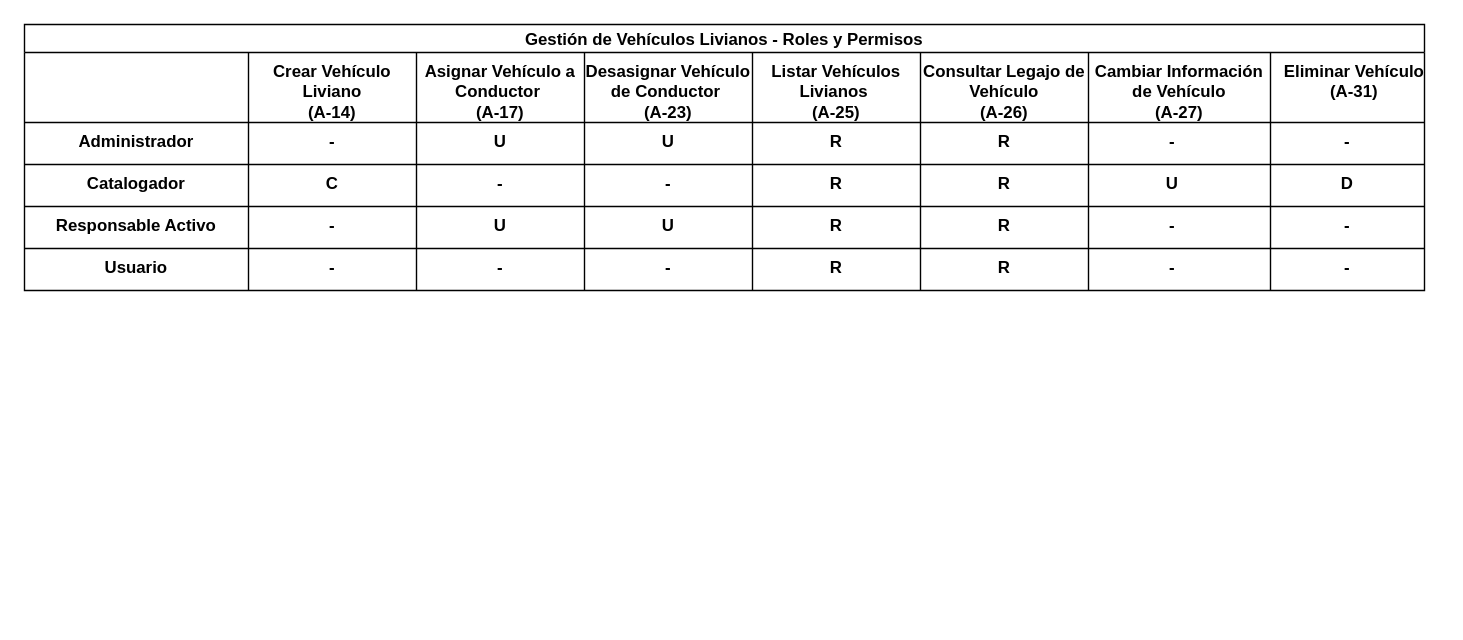
Before: page "Gestión de Vehículos Livianos" (2 of 4) of _docs/matriz_roles_permisos.drawio in proyecto-oilstone/assets, a draw.io diagram. Source tidied: cells renumbered, new cells numbered last; positions are measured from the earlier drawing's top-left corner, leaving out a move shared by most shapes. Both pictures are drawn from the tidied source at 140%, with x=0, y=0 at pixel (24, 24).
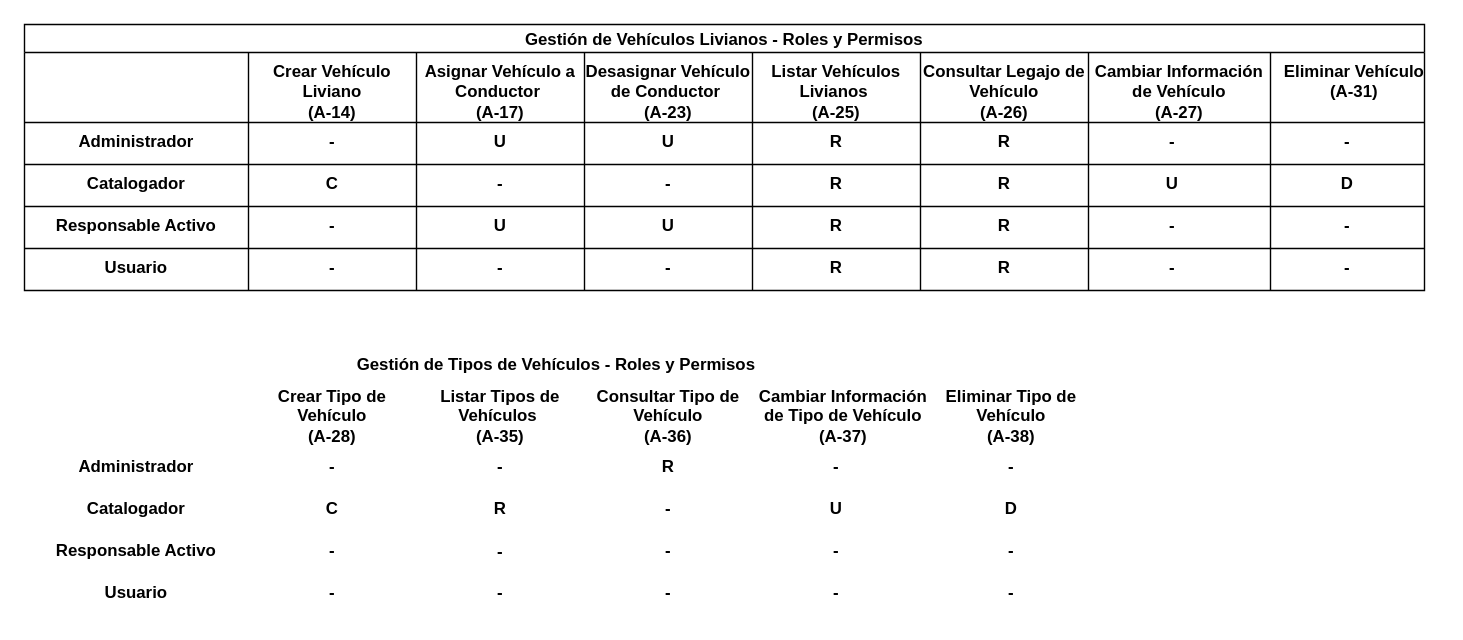
After the change.

Commit message:
se actualizó Gestión de Proveedores y Tipos de Vehículos

What changed in the source:
```diff
@@
+    <mxCell id="82" value="Gestión de Tipos de Vehículos - Roles y Permisos" style="shape=table;childLayout=tableLayout;startSize=20;fontStyle=1;strokeColor=none;" parent="1" vertex="1">
+      <mxGeometry y="232" width="760" height="190" as="geometry" />
+    </mxCell>
+    <mxCell id="83" style="shape=tableRow;horizontal=1;startSize=0;swimlaneHead=0;swimlaneBody=0;top=0;left=0;bottom=0;right=0;fillColor=none;fontStyle=1;whiteSpace=wrap;" parent="82" vertex="1">
+      <mxGeometry y="20" width="760" height="50" as="geometry" />
+    </mxCell>
+    <mxCell id="84" style="swimlane;swimlaneHead=0;swimlaneBody=0;fontStyle=0;fillColor=none;startSize=0;fontStyle=1;" parent="83" vertex="1">
+      <mxGeometry width="160" height="50" as="geometry" />
+    </mxCell>
+    <mxCell id="85" value="Crear Tipo de Vehículo&#10;(A-28)" style="swimlane;swimlaneHead=0;swimlaneBody=0;fontStyle=0;fillColor=none;startSize=0;fontStyle=1;whiteSpace=wrap;verticalAlign=top;" parent="83" vertex="1">
+      <mxGeometry x="160" width="120" height="50" as="geometry" />
+    </mxCell>
+    <mxCell id="86" style="swimlane;swimlaneHead=0;swimlaneBody=0;fontStyle=0;fillColor=none;startSize=0;fontStyle=1;" parent="83" vertex="1">
+      <mxGeometry x="280" width="120" height="50" as="geometry" />
+    </mxCell>
+    <mxCell id="87" style="swimlane;swimlaneHead=0;swimlaneBody=0;fontStyle=0;fillColor=none;startSize=0;fontStyle=1;" parent="83" vertex="1">
+      <mxGeometry x="400" width="120" height="50" as="geometry" />
+    </mxCell>
+    <mxCell id="88" value="Consultar Tipo de Vehículo&#10;(A-36)" style="swimlane;swimlaneHead=0;swimlaneBody=0;fontStyle=0;fillColor=none;startSize=0;fontStyle=1;verticalAlign=top;whiteSpace=wrap;" parent="87" vertex="1">
+      <mxGeometry width="120" height="50" as="geometry" />
+    </mxCell>
+    <mxCell id="89" style="swimlane;swimlaneHead=0;swimlaneBody=0;fontStyle=0;fillColor=none;startSize=0;fontStyle=1;" parent="83" vertex="1">
+      <mxGeometry x="520" width="130" height="50" as="geometry" />
+    </mxCell>
+    <mxCell id="90" style="swimlane;swimlaneHead=0;swimlaneBody=0;fontStyle=0;fillColor=none;startSize=0;fontStyle=1;" parent="83" vertex="1">
+      <mxGeometry x="650" width="110" height="50" as="geometry" />
+    </mxCell>
+    <mxCell id="91" style="shape=tableRow;horizontal=1;startSize=0;swimlaneHead=0;swimlaneBody=0;top=0;left=0;bottom=0;right=0;fillColor=none;fontStyle=1;whiteSpace=wrap;" parent="82" vertex="1">
+      <mxGeometry y="70" width="760" height="30" as="geometry" />
+    </mxCell>
+    <mxCell id="92" value="Administrador" style="swimlane;swimlaneHead=0;swimlaneBody=0;fontStyle=0;fillColor=none;startSize=0;fontStyle=1;verticalAlign=top;whiteSpace=wrap;html=1;" parent="91" vertex="1">
+      <mxGeometry width="160" height="30" as="geometry" />
+    </mxCell>
+    <mxCell id="93" style="swimlane;swimlaneHead=0;swimlaneBody=0;fontStyle=0;fillColor=none;startSize=0;fontStyle=1;verticalAlign=top;" parent="91" vertex="1">
+      <mxGeometry x="160" width="120" height="30" as="geometry" />
+    </mxCell>
+    <mxCell id="94" style="swimlane;swimlaneHead=0;swimlaneBody=0;fontStyle=0;fillColor=none;startSize=0;fontStyle=1;" parent="91" vertex="1">
+      <mxGeometry x="280" width="120" height="30" as="geometry" />
+    </mxCell>
+    <mxCell id="95" value="Listar Tipos de Vehículos &#10;(A-35)" style="swimlane;swimlaneHead=0;swimlaneBody=0;fontStyle=0;fillColor=none;startSize=0;fontStyle=1;verticalAlign=top;whiteSpace=wrap;" parent="94" vertex="1">
+      <mxGeometry y="-50" width="120" height="50" as="geometry" />
+    </mxCell>
+    <mxCell id="96" value="-" style="swimlane;swimlaneHead=0;swimlaneBody=0;fontStyle=0;fillColor=none;startSize=0;fontStyle=1;verticalAlign=top;strokeColor=none;" parent="94" vertex="1">
+      <mxGeometry width="120" height="30" as="geometry" />
+    </mxCell>
+    <mxCell id="97" style="swimlane;swimlaneHead=0;swimlaneBody=0;fontStyle=0;fillColor=none;startSize=0;fontStyle=1;strokeColor=none;" parent="91" vertex="1">
+      <mxGeometry x="400" width="120" height="30" as="geometry" />
+    </mxCell>
+    <mxCell id="98" style="swimlane;swimlaneHead=0;swimlaneBody=0;fontStyle=0;fillColor=none;startSize=0;fontStyle=1;verticalAlign=top;whiteSpace=wrap;" parent="97" vertex="1">
+      <mxGeometry y="-50" width="120" height="50" as="geometry" />
+    </mxCell>
+    <mxCell id="99" value="Cambiar Información de Tipo de Vehículo&#10;(A-37)" style="swimlane;swimlaneHead=0;swimlaneBody=0;fontStyle=0;fillColor=none;startSize=0;fontStyle=1;verticalAlign=top;whiteSpace=wrap;strokeColor=none;" parent="98" vertex="1">
+      <mxGeometry x="120" width="130" height="50" as="geometry" />
+    </mxCell>
+    <mxCell id="100" value="R" style="swimlane;swimlaneHead=0;swimlaneBody=0;fontStyle=0;fillColor=none;startSize=0;fontStyle=1;verticalAlign=top;strokeColor=none;" parent="97" vertex="1">
+      <mxGeometry width="120" height="30" as="geometry" />
+    </mxCell>
+    <mxCell id="101" style="swimlane;swimlaneHead=0;swimlaneBody=0;fontStyle=0;fillColor=none;startSize=0;fontStyle=1;" parent="91" vertex="1">
+      <mxGeometry x="520" width="130" height="30" as="geometry" />
+    </mxCell>
+    <mxCell id="102" value="-" style="swimlane;swimlaneHead=0;swimlaneBody=0;fontStyle=0;fillColor=none;startSize=0;fontStyle=1;whiteSpace=wrap;verticalAlign=top;strokeColor=none;" parent="101" vertex="1">
+      <mxGeometry width="120" height="30" as="geometry" />
+    </mxCell>
+    <mxCell id="103" style="swimlane;swimlaneHead=0;swimlaneBody=0;fontStyle=0;fillColor=none;startSize=0;fontStyle=1;" parent="91" vertex="1">
+      <mxGeometry x="650" width="110" height="30" as="geometry" />
+    </mxCell>
+    <mxCell id="104" value="-" style="swimlane;swimlaneHead=0;swimlaneBody=0;fontStyle=0;fillColor=none;startSize=0;fontStyle=1;whiteSpace=wrap;verticalAlign=top;strokeColor=none;" parent="103" vertex="1">
+      <mxGeometry width="110" height="30" as="geometry" />
+    </mxCell>
+    <mxCell id="105" style="shape=tableRow;horizontal=1;startSize=0;swimlaneHead=0;swimlaneBody=0;top=0;left=0;bottom=0;right=0;fillColor=none;fontStyle=1;whiteSpace=wrap;" parent="82" vertex="1">
+      <mxGeometry y="100" width="760" height="30" as="geometry" />
+    </mxCell>
+    <mxCell id="106" value="Catalogador" style="swimlane;swimlaneHead=0;swimlaneBody=0;fontStyle=0;fillColor=none;startSize=0;fontStyle=1;verticalAlign=top;whiteSpace=wrap;html=1;" parent="105" vertex="1">
+      <mxGeometry width="160" height="30" as="geometry" />
+    </mxCell>
+    <mxCell id="107" style="swimlane;swimlaneHead=0;swimlaneBody=0;fontStyle=0;fillColor=none;startSize=0;fontStyle=1;whiteSpace=wrap;verticalAlign=top;" parent="105" vertex="1">
+      <mxGeometry x="160" width="120" height="30" as="geometry" />
+    </mxCell>
+    <mxCell id="108" style="swimlane;swimlaneHead=0;swimlaneBody=0;fontStyle=0;fillColor=none;startSize=0;fontStyle=1;" parent="105" vertex="1">
+      <mxGeometry x="280" width="120" height="30" as="geometry" />
+    </mxCell>
+    <mxCell id="109" value="R" style="swimlane;swimlaneHead=0;swimlaneBody=0;fontStyle=0;fillColor=none;startSize=0;fontStyle=1;verticalAlign=top;" parent="108" vertex="1">
+      <mxGeometry width="120" height="30" as="geometry" />
+    </mxCell>
+    <mxCell id="110" style="swimlane;swimlaneHead=0;swimlaneBody=0;fontStyle=0;fillColor=none;startSize=0;fontStyle=1;" parent="105" vertex="1">
+      <mxGeometry x="400" width="120" height="30" as="geometry" />
+    </mxCell>
+    <mxCell id="111" value="-" style="swimlane;swimlaneHead=0;swimlaneBody=0;fontStyle=0;fillColor=none;startSize=0;fontStyle=1;verticalAlign=top;strokeColor=none;" parent="110" vertex="1">
+      <mxGeometry width="120" height="30" as="geometry" />
+    </mxCell>
+    <mxCell id="112" style="swimlane;swimlaneHead=0;swimlaneBody=0;fontStyle=0;fillColor=none;startSize=0;fontStyle=1;" parent="105" vertex="1">
+      <mxGeometry x="520" width="130" height="30" as="geometry" />
+    </mxCell>
+    <mxCell id="113" value="U" style="swimlane;swimlaneHead=0;swimlaneBody=0;fontStyle=0;fillColor=none;startSize=0;fontStyle=1;verticalAlign=top;strokeColor=none;" parent="112" vertex="1">
+      <mxGeometry width="120" height="30" as="geometry" />
+    </mxCell>
+    <mxCell id="114" style="swimlane;swimlaneHead=0;swimlaneBody=0;fontStyle=0;fillColor=none;startSize=0;fontStyle=1;" parent="105" vertex="1">
+      <mxGeometry x="650" width="110" height="30" as="geometry" />
+    </mxCell>
+    <mxCell id="115" value="D" style="swimlane;swimlaneHead=0;swimlaneBody=0;fontStyle=0;fillColor=none;startSize=0;fontStyle=1;verticalAlign=top;strokeColor=none;" parent="114" vertex="1">
+      <mxGeometry width="110" height="30" as="geometry" />
+    </mxCell>
+    <mxCell id="116" style="shape=tableRow;horizontal=1;startSize=0;swimlaneHead=0;swimlaneBody=0;top=0;left=0;bottom=0;right=0;fillColor=none;fontStyle=1;whiteSpace=wrap;" parent="82" vertex="1">
+      <mxGeometry y="130" width="760" height="30" as="geometry" />
+    </mxCell>
+    <mxCell id="117" value="Responsable Activo" style="swimlane;swimlaneHead=0;swimlaneBody=0;fontStyle=0;fillColor=none;startSize=0;fontStyle=1;verticalAlign=top;whiteSpace=wrap;html=1;" parent="116" vertex="1">
+      <mxGeometry width="160" height="30" as="geometry" />
+    </mxCell>
+    <mxCell id="118" value="-" style="swimlane;swimlaneHead=0;swimlaneBody=0;fontStyle=0;fillColor=none;startSize=0;fontStyle=1;verticalAlign=top;" parent="116" vertex="1">
+      <mxGeometry x="160" width="120" height="30" as="geometry" />
+    </mxCell>
+    <mxCell id="119" style="swimlane;swimlaneHead=0;swimlaneBody=0;fontStyle=0;fillColor=none;startSize=0;fontStyle=1;" parent="116" vertex="1">
+      <mxGeometry x="280" width="120" height="30" as="geometry" />
+    </mxCell>
+    <mxCell id="120" value="-" style="swimlane;swimlaneHead=0;swimlaneBody=0;fontStyle=0;fillColor=none;startSize=0;fontStyle=1;verticalAlign=top;strokeColor=none;" parent="119" vertex="1">
+      <mxGeometry y="1" width="120" height="30" as="geometry" />
+    </mxCell>
+    <mxCell id="121" style="swimlane;swimlaneHead=0;swimlaneBody=0;fontStyle=0;fillColor=none;startSize=0;fontStyle=1;" parent="116" vertex="1">
+      <mxGeometry x="400" width="120" height="30" as="geometry" />
+    </mxCell>
+    <mxCell id="122" value="-" style="swimlane;swimlaneHead=0;swimlaneBody=0;fontStyle=0;fillColor=none;startSize=0;fontStyle=1;verticalAlign=top;strokeColor=none;" parent="121" vertex="1">
+      <mxGeometry x="120" width="120" height="30" as="geometry" />
+    </mxCell>
+    <mxCell id="123" value="-" style="swimlane;swimlaneHead=0;swimlaneBody=0;fontStyle=0;fillColor=none;startSize=0;fontStyle=1;verticalAlign=top;strokeColor=none;" parent="121" vertex="1">
+      <mxGeometry width="120" height="30" as="geometry" />
+    </mxCell>
+    <mxCell id="124" style="swimlane;swimlaneHead=0;swimlaneBody=0;fontStyle=0;fillColor=none;startSize=0;fontStyle=1;" parent="116" vertex="1">
+      <mxGeometry x="520" width="130" height="30" as="geometry" />
+    </mxCell>
+    <mxCell id="125" style="swimlane;swimlaneHead=0;swimlaneBody=0;fontStyle=0;fillColor=none;startSize=0;fontStyle=1;" parent="116" vertex="1">
+      <mxGeometry x="650" width="110" height="30" as="geometry" />
+    </mxCell>
+    <mxCell id="126" style="shape=tableRow;horizontal=1;startSize=0;swimlaneHead=0;swimlaneBody=0;top=0;left=0;bottom=0;right=0;fillColor=none;fontStyle=1;whiteSpace=wrap;" parent="82" vertex="1">
+      <mxGeometry y="160" width="760" height="30" as="geometry" />
+    </mxCell>
+    <mxCell id="127" value="Usuario" style="swimlane;swimlaneHead=0;swimlaneBody=0;fontStyle=0;fillColor=none;startSize=0;fontStyle=1;verticalAlign=top;whiteSpace=wrap;html=1;" parent="126" vertex="1">
+      <mxGeometry width="160" height="30" as="geometry" />
+    </mxCell>
+    <mxCell id="128" value="-" style="swimlane;swimlaneHead=0;swimlaneBody=0;fontStyle=0;fillColor=none;startSize=0;fontStyle=1;verticalAlign=top;" parent="126" vertex="1">
+      <mxGeometry x="160" width="120" height="30" as="geometry" />
+    </mxCell>
+    <mxCell id="129" style="swimlane;swimlaneHead=0;swimlaneBody=0;fontStyle=0;fillColor=none;startSize=0;fontStyle=1;" parent="126" vertex="1">
+      <mxGeometry x="280" width="120" height="30" as="geometry" />
+    </mxCell>
+    <mxCell id="130" value="-" style="swimlane;swimlaneHead=0;swimlaneBody=0;fontStyle=0;fillColor=none;startSize=0;fontStyle=1;verticalAlign=top;strokeColor=none;" parent="129" vertex="1">
+      <mxGeometry width="120" height="30" as="geometry" />
+    </mxCell>
+    <mxCell id="131" style="swimlane;swimlaneHead=0;swimlaneBody=0;fontStyle=0;fillColor=none;startSize=0;fontStyle=1;" parent="126" vertex="1">
+      <mxGeometry x="400" width="120" height="30" as="geometry" />
+    </mxCell>
+    <mxCell id="132" value="-" style="swimlane;swimlaneHead=0;swimlaneBody=0;fontStyle=0;fillColor=none;startSize=0;fontStyle=1;verticalAlign=top;strokeColor=none;" parent="131" vertex="1">
+      <mxGeometry width="120" height="30" as="geometry" />
+    </mxCell>
+    <mxCell id="133" style="swimlane;swimlaneHead=0;swimlaneBody=0;fontStyle=0;fillColor=none;startSize=0;fontStyle=1;" parent="126" vertex="1">
+      <mxGeometry x="520" width="130" height="30" as="geometry" />
+    </mxCell>
+    <mxCell id="134" value="-" style="swimlane;swimlaneHead=0;swimlaneBody=0;fontStyle=0;fillColor=none;startSize=0;fontStyle=1;verticalAlign=top;strokeColor=none;" parent="133" vertex="1">
+      <mxGeometry width="120" height="30" as="geometry" />
+    </mxCell>
+    <mxCell id="135" style="swimlane;swimlaneHead=0;swimlaneBody=0;fontStyle=0;fillColor=none;startSize=0;fontStyle=1;" parent="126" vertex="1">
+      <mxGeometry x="650" width="110" height="30" as="geometry" />
+    </mxCell>
+    <mxCell id="136" value="Eliminar Tipo de Vehículo&#10;(A-38)" style="swimlane;swimlaneHead=0;swimlaneBody=0;fontStyle=0;fillColor=none;startSize=0;fontStyle=1;whiteSpace=wrap;verticalAlign=top;strokeColor=none;" parent="135" vertex="1">
+      <mxGeometry y="-140" width="110" height="50" as="geometry" />
+    </mxCell>
+    <mxCell id="137" value="-" style="swimlane;swimlaneHead=0;swimlaneBody=0;fontStyle=0;fillColor=none;startSize=0;fontStyle=1;verticalAlign=top;strokeColor=none;" parent="135" vertex="1">
+      <mxGeometry y="-30" width="110" height="30" as="geometry" />
+    </mxCell>
+    <mxCell id="138" value="-" style="swimlane;swimlaneHead=0;swimlaneBody=0;fontStyle=0;fillColor=none;startSize=0;fontStyle=1;verticalAlign=top;strokeColor=none;" parent="135" vertex="1">
+      <mxGeometry width="110" height="30" as="geometry" />
+    </mxCell>
+    <mxCell id="139" value="C" style="swimlane;swimlaneHead=0;swimlaneBody=0;fontStyle=0;fillColor=none;startSize=0;fontStyle=1;verticalAlign=top;" parent="1" vertex="1">
+      <mxGeometry x="160" y="332" width="120" height="30" as="geometry" />
+    </mxCell>
+    <mxCell id="140" value="-" style="swimlane;swimlaneHead=0;swimlaneBody=0;fontStyle=0;fillColor=none;startSize=0;fontStyle=1;verticalAlign=top;strokeColor=none;" parent="139" vertex="1">
+      <mxGeometry y="-30" width="120" height="30" as="geometry" />
+    </mxCell>
```
